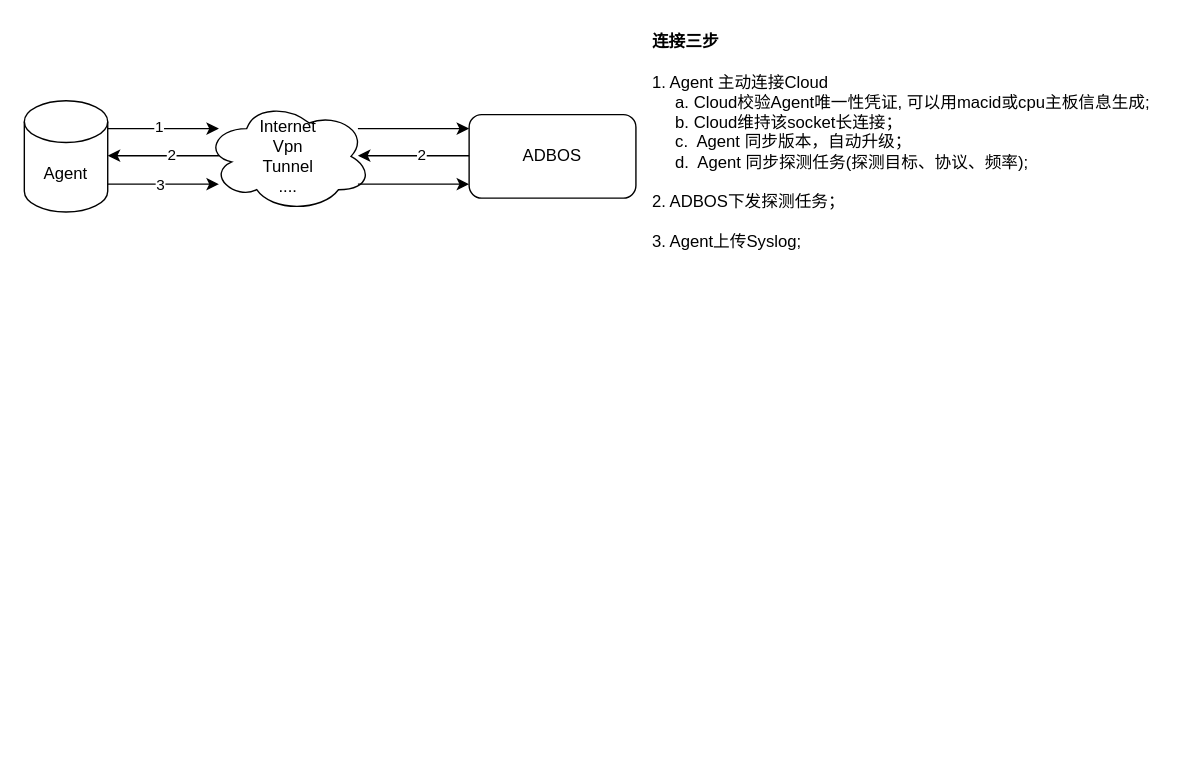
caihuayu0322/drawio-github keeps this draw.io diagram as 未命名绘图.drawio. Above is the earlier version. Source tidied: cells renumbered, new cells numbered last; positions are measured from the earlier drawing's top-left corner, leaving out a move shared by most shapes. Both pictures are drawn from the tidied source at 139%, with x=0, y=0 at pixel (24, 24).
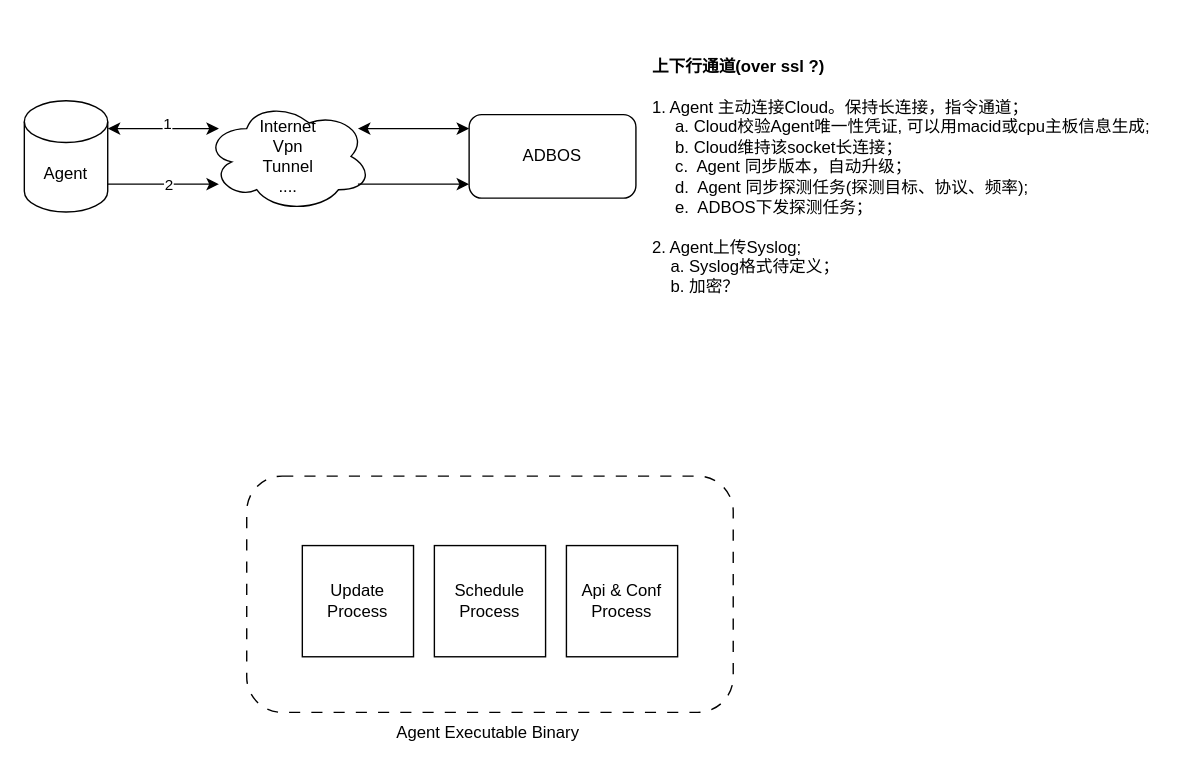
Above is the later version.

Diff of the diagram source:
```diff
@@
-    <mxCell id="5" style="edgeStyle=orthogonalEdgeStyle;rounded=0;orthogonalLoop=1;jettySize=auto;html=1;" parent="1" edge="1">
-      <mxGeometry relative="1" as="geometry">
-        <mxPoint x="60" y="75" as="sourcePoint" />
-        <mxPoint x="140" y="75" as="targetPoint" />
-      </mxGeometry>
-    </mxCell>
+    <mxCell id="7" value="&lt;div&gt;&lt;b&gt;上下行通道(over ssl ?)&lt;/b&gt;&lt;/div&gt;&lt;div&gt;&lt;b&gt;&lt;br&gt;&lt;/b&gt;&lt;/div&gt;1. Agent 主动连接Cloud。保持长连接，指令通道；&lt;div&gt;&amp;nbsp; &amp;nbsp; &amp;nbsp;a. Cloud校验Agent唯一性凭证,&amp;nbsp;&lt;span style=&quot;background-color: initial;&quot;&gt;可以用macid或cpu主板信息生成;&lt;/span&gt;&lt;/div&gt;&lt;div&gt;&amp;nbsp; &amp;nbsp; &amp;nbsp;b. Cloud维持该socket长连接；&lt;/div&gt;&lt;div&gt;&amp;nbsp; &amp;nbsp; &amp;nbsp;c.&amp;nbsp; Agent 同步版本，自动升级；&lt;/div&gt;&lt;div&gt;&amp;nbsp; &amp;nbsp; &amp;nbsp;d.&amp;nbsp; Agent 同步探测任务(探测目标、协议、频率);&lt;/div&gt;&lt;div&gt;&lt;span style=&quot;background-color: initial;&quot;&gt;&amp;nbsp; &amp;nbsp; &amp;nbsp;e.&amp;nbsp; ADBOS下发探测任务；&lt;/span&gt;&lt;br&gt;&lt;/div&gt;&lt;div&gt;&lt;br&gt;&lt;/div&gt;&lt;div&gt;2. Agent上传Syslog;&lt;/div&gt;&lt;div&gt;&amp;nbsp; &amp;nbsp; a. Syslog格式待定义；&lt;/div&gt;&lt;div&gt;&amp;nbsp; &amp;nbsp; b. 加密？&lt;/div&gt;" style="text;html=1;align=left;verticalAlign=middle;strokeColor=none;fillColor=none;" parent="1" vertex="1">
+      <mxGeometry x="450" y="15" width="380" height="190" as="geometry" />
+    </mxCell>
+    <mxCell id="13" style="endArrow=classic;html=1;rounded=0;" parent="1" edge="1">
+      <mxGeometry relative="1" as="geometry">
+        <mxPoint x="240" y="115" as="sourcePoint" />
+        <mxPoint x="320" y="115" as="targetPoint" />
+      </mxGeometry>
+    </mxCell>
+    <mxCell id="16" style="rounded=1;whiteSpace=wrap;html=1;dashed=1;dashPattern=8 8;fillColor=none;" parent="1" vertex="1">
+      <mxGeometry x="160" y="325" width="350" height="170" as="geometry" />
+    </mxCell>
+    <mxCell id="17" style="endArrow=classic;html=1;rounded=0;" parent="1" edge="1">
+      <mxGeometry relative="1" as="geometry">
+        <mxPoint x="60" y="115" as="sourcePoint" />
+        <mxPoint x="140" y="115" as="targetPoint" />
+      </mxGeometry>
+    </mxCell>
+    <mxCell id="18" value="2" style="edgeLabel;html=1;align=center;verticalAlign=middle;" parent="17" vertex="1">
+      <mxGeometry x="0.07" relative="1" as="geometry" />
+    </mxCell>
+    <mxCell id="19" style="endArrow=classic;startArrow=classic;html=1;rounded=0;" parent="1" edge="1">
+      <mxGeometry relative="1" as="geometry">
+        <mxPoint x="60" y="75" as="sourcePoint" />
+        <mxPoint x="140" y="75" as="targetPoint" />
+      </mxGeometry>
+    </mxCell>
-    <mxCell id="6" value="1" style="edgeLabel;html=1;align=center;verticalAlign=middle;" parent="5" vertex="1">
-      <mxGeometry x="-0.09" y="2" relative="1" as="geometry" />
+    <mxCell id="6" value="1" style="edgeLabel;html=1;align=center;verticalAlign=middle;" parent="19" vertex="1">
+      <mxGeometry x="0.05" y="4" relative="1" as="geometry" />
     </mxCell>
-    <mxCell id="7" value="&lt;div&gt;&lt;b&gt;连接三步&lt;/b&gt;&lt;/div&gt;&lt;div&gt;&lt;b&gt;&lt;br&gt;&lt;/b&gt;&lt;/div&gt;1. Agent 主动连接Cloud&lt;div&gt;&amp;nbsp; &amp;nbsp; &amp;nbsp;a. Cloud校验Agent唯一性凭证,&amp;nbsp;&lt;span style=&quot;background-color: initial;&quot;&gt;可以用macid或cpu主板信息生成;&lt;/span&gt;&lt;/div&gt;&lt;div&gt;&amp;nbsp; &amp;nbsp; &amp;nbsp;b. Cloud维持该socket长连接；&lt;/div&gt;&lt;div&gt;&amp;nbsp; &amp;nbsp; &amp;nbsp;c.&amp;nbsp; Agent 同步版本，自动升级；&lt;/div&gt;&lt;div&gt;&amp;nbsp; &amp;nbsp; &amp;nbsp;d.&amp;nbsp; Agent 同步探测任务(探测目标、协议、频率);&lt;/div&gt;&lt;div&gt;&lt;br&gt;&lt;/div&gt;&lt;div&gt;2. ADBOS下发探测任务；&lt;/div&gt;&lt;div&gt;&lt;br&gt;&lt;/div&gt;&lt;div&gt;3. Agent上传Syslog;&lt;/div&gt;" style="text;html=1;align=left;verticalAlign=middle;strokeColor=none;fillColor=none;" parent="1" vertex="1">
-      <mxGeometry x="450" width="380" height="170" as="geometry" />
-    </mxCell>
-    <mxCell id="8" style="endArrow=classic;html=1;rounded=0;exitX=1;exitY=1;exitDx=0;exitDy=-15;exitPerimeter=0;" parent="1" edge="1">
-      <mxGeometry relative="1" as="geometry">
-        <mxPoint x="60" y="115" as="sourcePoint" />
-        <mxPoint x="140" y="115" as="targetPoint" />
-      </mxGeometry>
-    </mxCell>
-    <mxCell id="9" value="3" style="edgeLabel;html=1;align=center;verticalAlign=middle;" parent="8" vertex="1">
-      <mxGeometry x="-0.08" relative="1" as="geometry" />
-    </mxCell>
-    <mxCell id="10" style="endArrow=classic;html=1;rounded=0;" parent="1" edge="1">
-      <mxGeometry relative="1" as="geometry">
-        <mxPoint x="240" y="75" as="sourcePoint" />
-        <mxPoint x="320" y="75" as="targetPoint" />
-      </mxGeometry>
-    </mxCell>
-    <mxCell id="11" style="edgeStyle=orthogonalEdgeStyle;rounded=0;orthogonalLoop=1;jettySize=auto;html=1;entryX=0.875;entryY=0.5;entryDx=0;entryDy=0;entryPerimeter=0;" parent="1" edge="1">
-      <mxGeometry relative="1" as="geometry">
-        <mxPoint x="320" y="94.5" as="sourcePoint" />
-        <mxPoint x="240" y="94.5" as="targetPoint" />
-      </mxGeometry>
-    </mxCell>
-    <mxCell id="12" value="2" style="edgeLabel;html=1;align=center;verticalAlign=middle;" parent="11" vertex="1">
-      <mxGeometry x="-0.12" y="-1" relative="1" as="geometry" />
-    </mxCell>
-    <mxCell id="13" style="endArrow=classic;html=1;rounded=0;" parent="1" edge="1">
-      <mxGeometry relative="1" as="geometry">
-        <mxPoint x="240" y="115" as="sourcePoint" />
-        <mxPoint x="320" y="115" as="targetPoint" />
-      </mxGeometry>
-    </mxCell>
-    <mxCell id="14" style="edgeStyle=orthogonalEdgeStyle;rounded=0;orthogonalLoop=1;jettySize=auto;html=1;entryX=0.875;entryY=0.5;entryDx=0;entryDy=0;entryPerimeter=0;" parent="1" edge="1">
-      <mxGeometry relative="1" as="geometry">
-        <mxPoint x="140" y="94.5" as="sourcePoint" />
-        <mxPoint x="60" y="94.5" as="targetPoint" />
-      </mxGeometry>
-    </mxCell>
-    <mxCell id="15" value="2" style="edgeLabel;html=1;align=center;verticalAlign=middle;" parent="14" vertex="1">
-      <mxGeometry x="-0.12" y="-1" relative="1" as="geometry" />
-    </mxCell>
+    <mxCell id="20" style="endArrow=classic;startArrow=classic;html=1;rounded=0;" parent="1" edge="1">
+      <mxGeometry relative="1" as="geometry">
+        <mxPoint x="240" y="75" as="sourcePoint" />
+        <mxPoint x="320" y="75" as="targetPoint" />
+      </mxGeometry>
+    </mxCell>
+    <mxCell id="21" value="Update Process" style="whiteSpace=wrap;html=1;" parent="1" vertex="1">
+      <mxGeometry x="200" y="375" width="80" height="80" as="geometry" />
+    </mxCell>
+    <mxCell id="22" value="&lt;div&gt;Schedule&lt;/div&gt;&lt;div&gt;Process&lt;/div&gt;" style="whiteSpace=wrap;html=1;" parent="1" vertex="1">
+      <mxGeometry x="295" y="375" width="80" height="80" as="geometry" />
+    </mxCell>
+    <mxCell id="23" value="&lt;div&gt;Api &amp;amp; Conf&lt;/div&gt;&lt;div&gt;Process&lt;/div&gt;" style="whiteSpace=wrap;html=1;" parent="1" vertex="1">
+      <mxGeometry x="390" y="375" width="80" height="80" as="geometry" />
+    </mxCell>
+    <mxCell id="24" value="Agent Executable Binary&amp;nbsp;" style="text;html=1;align=center;verticalAlign=middle;strokeColor=none;fillColor=none;" parent="1" vertex="1">
+      <mxGeometry x="255" y="495" width="160" height="30" as="geometry" />
+    </mxCell>
```
